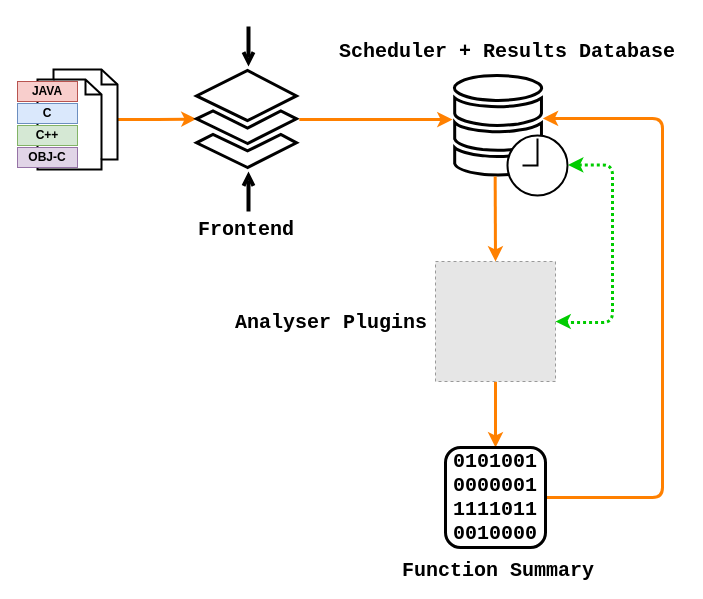
Earlier version of the draw.io diagram img/infer-architecture.drawio (harmim/vut-dip). Source tidied: cells renumbered, new cells numbered last; positions are measured from the earlier drawing's top-left corner, leaving out a move shared by most shapes. Both pictures are drawn from the tidied source at 100%, with x=0, y=0 at pixel (17, 26). Pictures stored in the file or linked from it are replaced by grey dashed boxes.
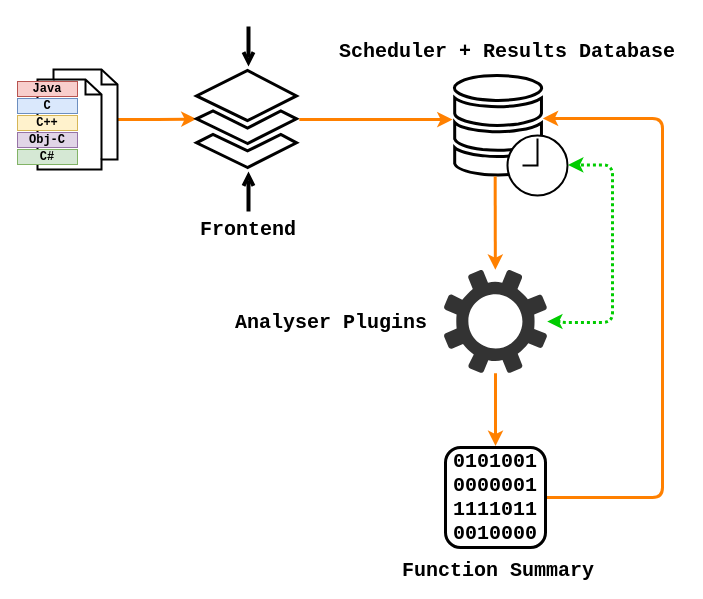
Above is the later version.

The change refers to these unchanged cells:
```xml
<mxCell id="12" style="html=1;shadow=0;align=center;verticalAlign=top;shape=mxgraph.gcp2.cloud_monitoring;fontFamily=Courier New;fontSize=20;strokeWidth=3;" parent="1" vertex="1">
  <mxGeometry x="436" y="49" width="90" height="100" as="geometry" />
</mxCell>
<mxCell id="13" style="html=1;verticalLabelPosition=bottom;align=center;labelBackgroundColor=#ffffff;verticalAlign=top;strokeWidth=2;shadow=0;dashed=0;shape=mxgraph.ios7.icons.clock;fontFamily=Courier New;fontSize=20;" parent="1" vertex="1">
  <mxGeometry x="490" y="109" width="60" height="60" as="geometry" />
</mxCell>
<mxCell id="22" value="0101001&lt;br&gt;0000001&lt;br&gt;1111011&lt;br&gt;0010000&lt;br&gt;" style="rounded=1;whiteSpace=wrap;html=1;strokeWidth=3;fontFamily=Courier New;fontSize=20;fontStyle=1;" parent="1" vertex="1">
  <mxGeometry x="428" y="421" width="100" height="100" as="geometry" />
</mxCell>
```

Diff of the diagram source:
```diff
@@
-    <mxCell id="4" value="JAVA" style="rounded=0;whiteSpace=wrap;html=1;fillColor=#f8cecc;strokeColor=#b85450;fontStyle=1;" parent="1" vertex="1">
-      <mxGeometry y="55" width="60" height="20" as="geometry" />
+    <mxCell id="4" value="Java" style="rounded=0;whiteSpace=wrap;html=1;fillColor=#f8cecc;strokeColor=#b85450;fontStyle=1;fontFamily=Courier New;" parent="1" vertex="1">
+      <mxGeometry y="55" width="60" height="15" as="geometry" />
     </mxCell>
-    <mxCell id="5" value="C" style="rounded=0;whiteSpace=wrap;html=1;fillColor=#dae8fc;strokeColor=#6c8ebf;fontStyle=1;" parent="1" vertex="1">
-      <mxGeometry y="77" width="60" height="20" as="geometry" />
+    <mxCell id="5" value="C" style="rounded=0;whiteSpace=wrap;html=1;fillColor=#dae8fc;strokeColor=#6c8ebf;fontStyle=1;fontFamily=Courier New;" parent="1" vertex="1">
+      <mxGeometry y="72" width="60" height="15" as="geometry" />
     </mxCell>
-    <mxCell id="6" value="C++" style="rounded=0;whiteSpace=wrap;html=1;fillColor=#d5e8d4;strokeColor=#82b366;fontStyle=1;" parent="1" vertex="1">
-      <mxGeometry y="99" width="60" height="20" as="geometry" />
+    <mxCell id="6" value="C++" style="rounded=0;whiteSpace=wrap;html=1;fillColor=#fff2cc;strokeColor=#d6b656;fontStyle=1;fontFamily=Courier New;" parent="1" vertex="1">
+      <mxGeometry y="89" width="60" height="15" as="geometry" />
     </mxCell>
-    <mxCell id="7" value="OBJ-C" style="rounded=0;whiteSpace=wrap;html=1;fillColor=#e1d5e7;strokeColor=#9673a6;fontStyle=1;" parent="1" vertex="1">
-      <mxGeometry y="121" width="60" height="20" as="geometry" />
+    <mxCell id="7" value="Obj-C" style="rounded=0;whiteSpace=wrap;html=1;fillColor=#e1d5e7;strokeColor=#9673a6;fontStyle=1;fontFamily=Courier New;" parent="1" vertex="1">
+      <mxGeometry y="106" width="60" height="15" as="geometry" />
     </mxCell>
@@
     <mxCell id="11" value="Frontend" style="text;html=1;strokeColor=none;fillColor=none;align=center;verticalAlign=middle;whiteSpace=wrap;rounded=0;fontSize=20;fontFamily=Courier New;fontStyle=1;" parent="1" vertex="1">
-      <mxGeometry x="169" y="193" width="120" height="20" as="geometry" />
+      <mxGeometry x="171" y="193" width="120" height="20" as="geometry" />
     </mxCell>
@@
-    <mxCell id="16" style="edgeStyle=orthogonalEdgeStyle;rounded=1;jettySize=auto;html=1;exitX=1;exitY=0.5;exitDx=0;exitDy=0;entryX=1.01;entryY=0.49;entryDx=0;entryDy=0;entryPerimeter=0;endArrow=classic;endFill=1;strokeColor=#00CC00;strokeWidth=3;fontFamily=Courier New;fontSize=20;startArrow=classic;startFill=1;dashed=1;dashPattern=1 1;" parent="1" edge="1" source="18" target="13">
+    <mxCell id="16" style="edgeStyle=orthogonalEdgeStyle;rounded=1;jettySize=auto;html=1;entryX=1.01;entryY=0.49;entryDx=0;entryDy=0;entryPerimeter=0;endArrow=classic;endFill=1;strokeColor=#00CC00;strokeWidth=3;fontFamily=Courier New;fontSize=20;startArrow=classic;startFill=1;dashed=1;dashPattern=1 1;" parent="1" edge="1" source="24" target="13">
       <mxGeometry relative="1" as="geometry">
         <Array as="points">
           <mxPoint x="545" y="295" />
-          <mxPoint x="545" y="296" />
           <mxPoint x="595" y="296" />
           <mxPoint x="595" y="138" />
         </Array>
       </mxGeometry>
     </mxCell>
-    <mxCell id="17" style="rounded=1;jettySize=auto;html=1;exitX=0.5;exitY=1;exitDx=0;exitDy=0;entryX=0.5;entryY=0;entryDx=0;entryDy=0;startArrow=none;startFill=0;endArrow=classic;endFill=1;strokeColor=#FF8000;strokeWidth=3;fontFamily=Courier New;fontSize=20;" parent="1" edge="1" source="18" target="22">
+    <mxCell id="17" style="rounded=1;jettySize=auto;html=1;entryX=0.5;entryY=-0.016;entryDx=0;entryDy=0;startArrow=none;startFill=0;endArrow=classic;endFill=1;strokeColor=#FF8000;strokeWidth=3;fontFamily=Courier New;fontSize=20;entryPerimeter=0;" parent="1" edge="1" source="24" target="22">
       <mxGeometry relative="1" as="geometry" />
     </mxCell>
-    <mxCell id="18" style="fillColor=#E6E6E6;strokeColor=#999999;dashed=1;html=1;verticalAlign=top;verticalLabelPosition=bottom;labelBackgroundColor=#ffffff;fontFamily=Courier New;fontSize=20;" parent="1" vertex="1">
-      <mxGeometry x="418" y="235" width="120" height="120" as="geometry" />
-    </mxCell>
-    <mxCell id="19" style="endArrow=classic;html=1;strokeColor=#FF8000;strokeWidth=3;fontFamily=Courier New;fontSize=20;exitX=0.463;exitY=1.009;exitDx=0;exitDy=0;exitPerimeter=0;entryX=0.5;entryY=0;entryDx=0;entryDy=0;endFill=1;" parent="1" edge="1" source="12" target="18">
+    <mxCell id="19" style="endArrow=classic;html=1;strokeColor=#FF8000;strokeWidth=3;fontFamily=Courier New;fontSize=20;exitX=0.463;exitY=1.009;exitDx=0;exitDy=0;exitPerimeter=0;endFill=1;" parent="1" edge="1" source="12" target="24">
       <mxGeometry relative="1" as="geometry" />
     </mxCell>
@@
+    <mxCell id="24" style="shadow=0;dashed=0;html=1;strokeColor=none;labelPosition=center;verticalLabelPosition=bottom;verticalAlign=top;outlineConnect=0;align=center;shape=mxgraph.office.concepts.settings;fillColor=#333333;" parent="1" vertex="1">
+      <mxGeometry x="426.2" y="243.2" width="103.5" height="103.5" as="geometry" />
+    </mxCell>
+    <mxCell id="25" value="C#" style="rounded=0;whiteSpace=wrap;html=1;fillColor=#d5e8d4;strokeColor=#82b366;fontStyle=1;fontFamily=Courier New;" parent="1" vertex="1">
+      <mxGeometry y="123" width="60" height="15" as="geometry" />
+    </mxCell>
```
